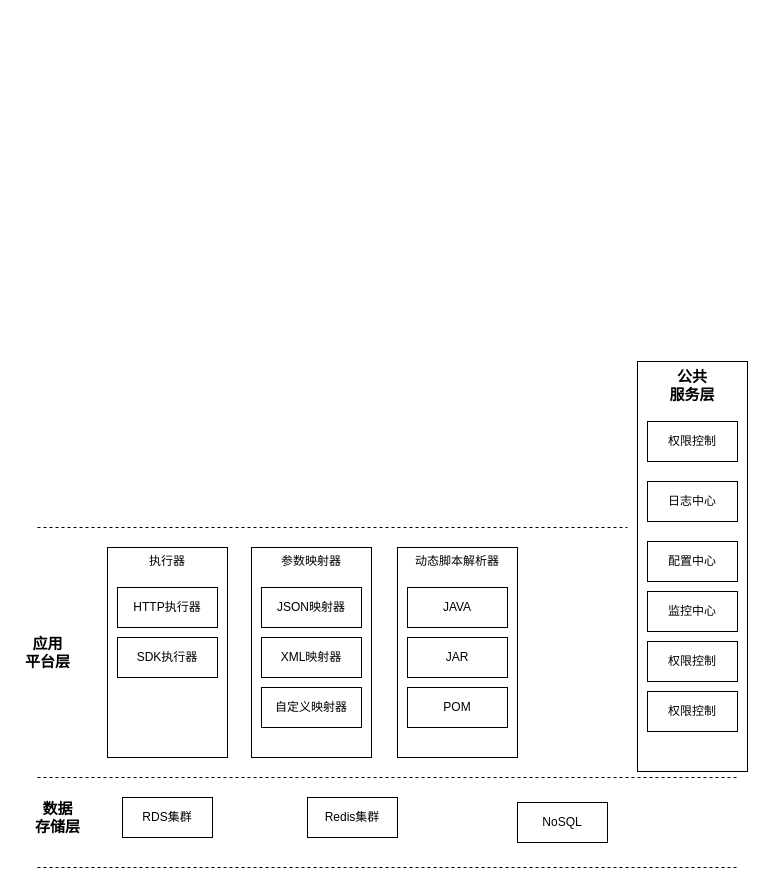
Earlier version of the draw.io diagram 系统逻辑架构图.drawio (smileLuckBoy/drowio). Source tidied: cells renumbered, new cells numbered last; positions are measured from the earlier drawing's top-left corner, leaving out a move shared by most shapes. Both pictures are drawn from the tidied source at 100%, with x=0, y=0 at pixel (17, 361).
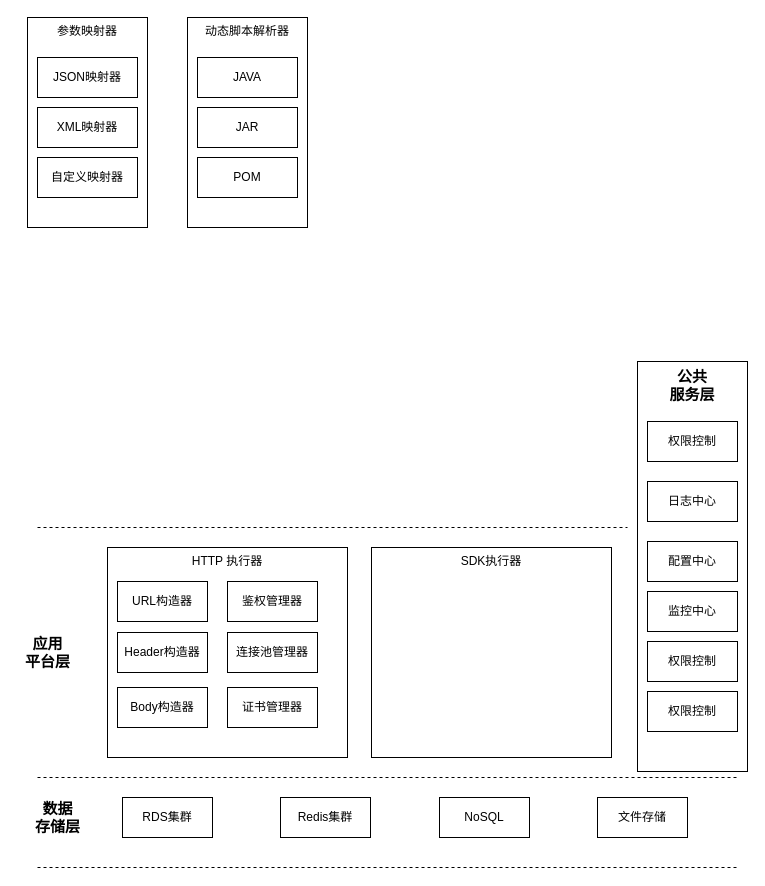
The same diagram, later.

Commit message:
Update 系统逻辑架构图.drawio

The edit, as a diff of the source:
```diff
@@
-    <mxCell id="2" value="执行器" style="rounded=0;whiteSpace=wrap;html=1;verticalAlign=top;" parent="1" vertex="1">
-      <mxGeometry x="90" y="186" width="120" height="210" as="geometry" />
+    <mxCell id="2" value="HTTP 执行器" style="rounded=0;whiteSpace=wrap;html=1;verticalAlign=top;" parent="1" vertex="1">
+      <mxGeometry x="90" y="186" width="240" height="210" as="geometry" />
     </mxCell>
-    <mxCell id="3" value="HTTP执行器" style="rounded=0;whiteSpace=wrap;html=1;" parent="1" vertex="1">
-      <mxGeometry x="100" y="226" width="100" height="40" as="geometry" />
-    </mxCell>
-    <mxCell id="4" value="SDK执行器" style="rounded=0;whiteSpace=wrap;html=1;" parent="1" vertex="1">
-      <mxGeometry x="100" y="276" width="100" height="40" as="geometry" />
-    </mxCell>
     <mxCell id="5" value="参数映射器" style="rounded=0;whiteSpace=wrap;html=1;verticalAlign=top;" parent="1" vertex="1">
-      <mxGeometry x="234" y="186" width="120" height="210" as="geometry" />
+      <mxGeometry x="10" y="-344" width="120" height="210" as="geometry" />
     </mxCell>
     <mxCell id="6" value="JSON映射器" style="rounded=0;whiteSpace=wrap;html=1;" parent="1" vertex="1">
-      <mxGeometry x="244" y="226" width="100" height="40" as="geometry" />
+      <mxGeometry x="20" y="-304" width="100" height="40" as="geometry" />
     </mxCell>
     <mxCell id="7" value="XML映射器" style="rounded=0;whiteSpace=wrap;html=1;" parent="1" vertex="1">
-      <mxGeometry x="244" y="276" width="100" height="40" as="geometry" />
+      <mxGeometry x="20" y="-254" width="100" height="40" as="geometry" />
     </mxCell>
     <mxCell id="8" value="自定义映射器" style="rounded=0;whiteSpace=wrap;html=1;" parent="1" vertex="1">
-      <mxGeometry x="244" y="326" width="100" height="40" as="geometry" />
+      <mxGeometry x="20" y="-204" width="100" height="40" as="geometry" />
     </mxCell>
     <mxCell id="9" value="动态脚本解析器" style="rounded=0;whiteSpace=wrap;html=1;verticalAlign=top;" parent="1" vertex="1">
-      <mxGeometry x="380" y="186" width="120" height="210" as="geometry" />
+      <mxGeometry x="170" y="-344" width="120" height="210" as="geometry" />
     </mxCell>
     <mxCell id="10" value="JAVA" style="rounded=0;whiteSpace=wrap;html=1;" parent="1" vertex="1">
-      <mxGeometry x="390" y="226" width="100" height="40" as="geometry" />
+      <mxGeometry x="180" y="-304" width="100" height="40" as="geometry" />
     </mxCell>
     <mxCell id="11" value="POM" style="rounded=0;whiteSpace=wrap;html=1;" parent="1" vertex="1">
-      <mxGeometry x="390" y="326" width="100" height="40" as="geometry" />
+      <mxGeometry x="180" y="-204" width="100" height="40" as="geometry" />
     </mxCell>
     <mxCell id="12" value="JAR" style="rounded=0;whiteSpace=wrap;html=1;" parent="1" vertex="1">
-      <mxGeometry x="390" y="276" width="100" height="40" as="geometry" />
+      <mxGeometry x="180" y="-254" width="100" height="40" as="geometry" />
     </mxCell>
@@
     <mxCell id="26" value="Redis集群" style="rounded=0;whiteSpace=wrap;html=1;fontSize=12;" parent="1" vertex="1">
-      <mxGeometry x="290" y="436" width="90" height="40" as="geometry" />
+      <mxGeometry x="263" y="436" width="90" height="40" as="geometry" />
     </mxCell>
     <mxCell id="27" value="NoSQL" style="rounded=0;whiteSpace=wrap;html=1;fontSize=12;" parent="1" vertex="1">
-      <mxGeometry x="500" y="441" width="90" height="40" as="geometry" />
+      <mxGeometry x="422" y="436" width="90" height="40" as="geometry" />
     </mxCell>
+    <mxCell id="28" value="文件存储" style="rounded=0;whiteSpace=wrap;html=1;fontSize=12;" parent="1" vertex="1">
+      <mxGeometry x="580" y="436" width="90" height="40" as="geometry" />
+    </mxCell>
+    <mxCell id="4" value="SDK执行器" style="rounded=0;whiteSpace=wrap;html=1;verticalAlign=top;" parent="1" vertex="1">
+      <mxGeometry x="354" y="186" width="240" height="210" as="geometry" />
+    </mxCell>
+    <mxCell id="29" value="URL构造器" style="rounded=0;whiteSpace=wrap;html=1;fontSize=12;" parent="1" vertex="1">
+      <mxGeometry x="100" y="220" width="90" height="40" as="geometry" />
+    </mxCell>
+    <mxCell id="30" value="Header构造器" style="rounded=0;whiteSpace=wrap;html=1;fontSize=12;" parent="1" vertex="1">
+      <mxGeometry x="100" y="271" width="90" height="40" as="geometry" />
+    </mxCell>
+    <mxCell id="31" value="Body构造器" style="rounded=0;whiteSpace=wrap;html=1;fontSize=12;" parent="1" vertex="1">
+      <mxGeometry x="100" y="326" width="90" height="40" as="geometry" />
+    </mxCell>
+    <mxCell id="32" value="证书管理器" style="rounded=0;whiteSpace=wrap;html=1;fontSize=12;" parent="1" vertex="1">
+      <mxGeometry x="210" y="326" width="90" height="40" as="geometry" />
+    </mxCell>
+    <mxCell id="33" value="连接池管理器" style="rounded=0;whiteSpace=wrap;html=1;fontSize=12;" parent="1" vertex="1">
+      <mxGeometry x="210" y="271" width="90" height="40" as="geometry" />
+    </mxCell>
+    <mxCell id="34" value="鉴权管理器" style="rounded=0;whiteSpace=wrap;html=1;fontSize=12;" parent="1" vertex="1">
+      <mxGeometry x="210" y="220" width="90" height="40" as="geometry" />
+    </mxCell>
```
